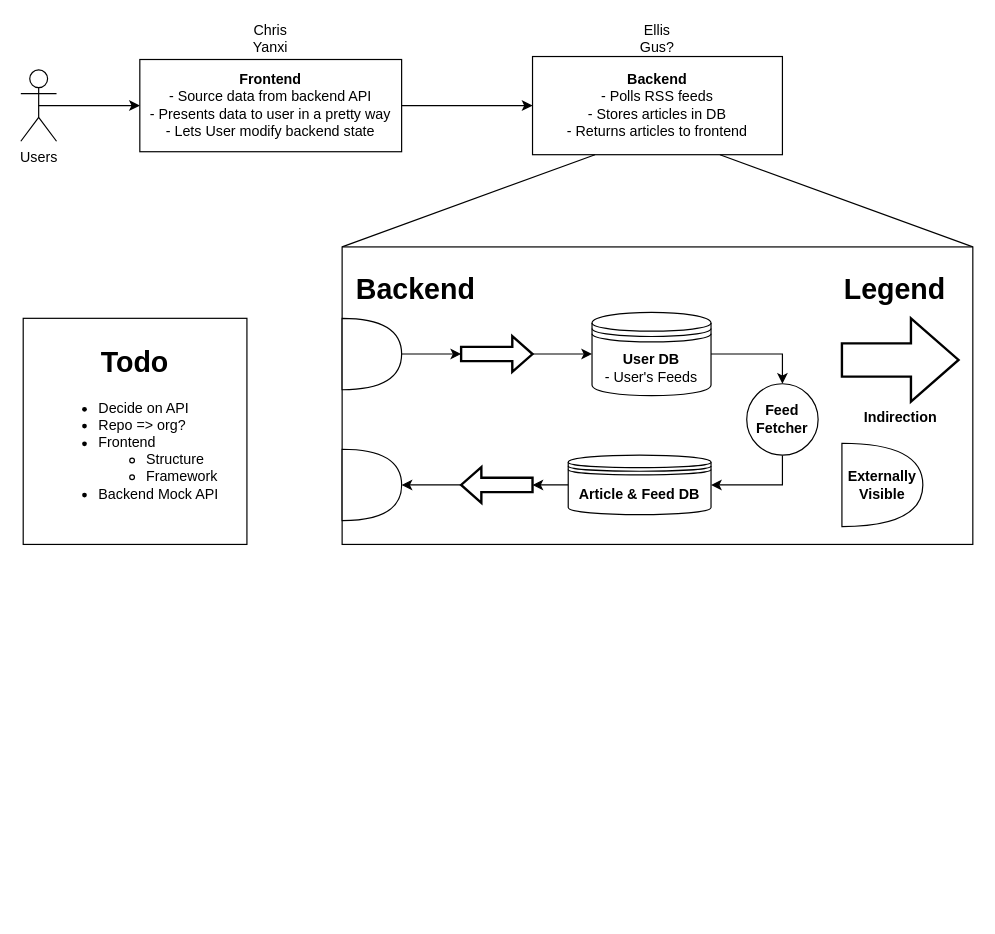
The draw.io diagram diagram.drawio in Spoonbaker/csc468-project, before the edit. Source tidied: cells renumbered, new cells numbered last; positions are measured from the earlier drawing's top-left corner, leaving out a move shared by most shapes. Both pictures are drawn from the tidied source at 119%, with x=0, y=0 at pixel (20, 20).
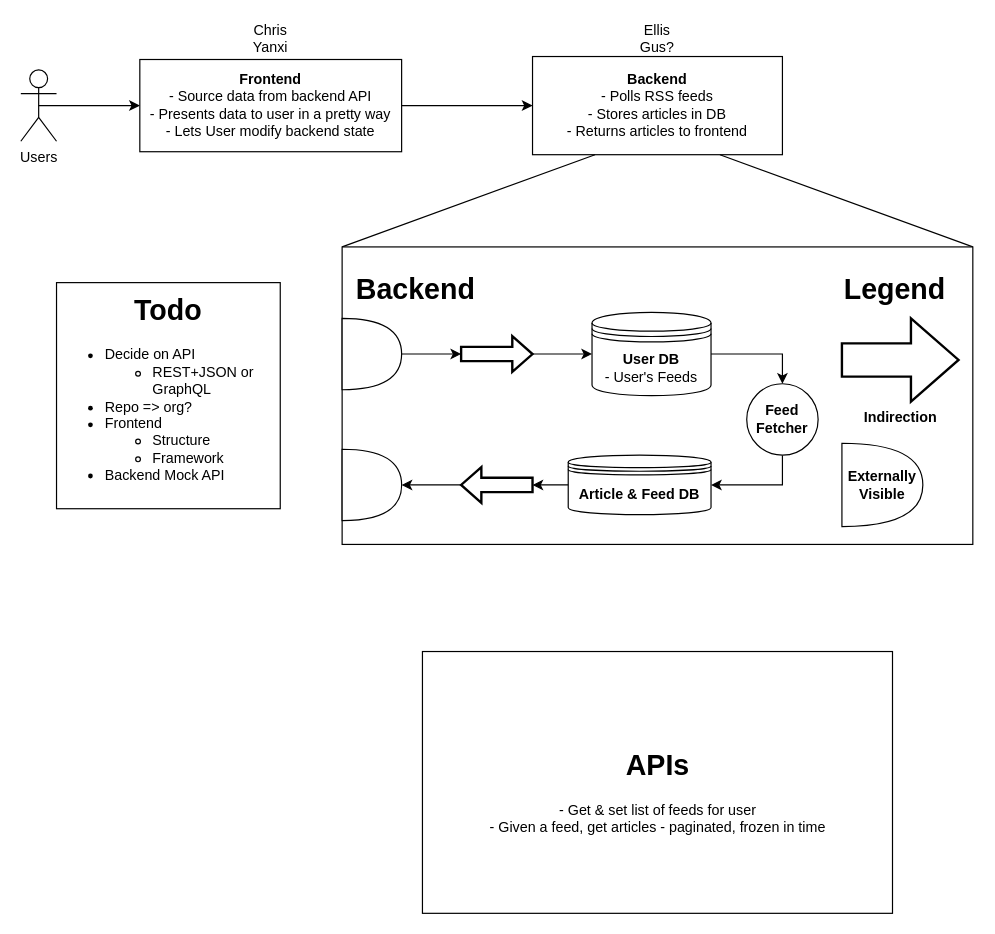
Above is the later version.

The edit, as a diff of the source:
```diff
@@
-    <mxCell id="30" value="&lt;h1 style=&quot;margin-top: 0px;&quot;&gt;&lt;font style=&quot;font-size: 24px;&quot;&gt;&lt;b&gt;Todo&lt;/b&gt;&lt;/font&gt;&lt;/h1&gt;&lt;div align=&quot;left&quot;&gt;&lt;ul&gt;&lt;li&gt;Decide on API&lt;/li&gt;&lt;li&gt;Repo =&amp;gt; org?&lt;/li&gt;&lt;li&gt;Frontend&lt;/li&gt;&lt;ul&gt;&lt;li&gt;Structure&lt;/li&gt;&lt;li&gt;Framework&lt;/li&gt;&lt;/ul&gt;&lt;li&gt;Backend Mock API&lt;br&gt;&lt;/li&gt;&lt;/ul&gt;&lt;/div&gt;" style="rounded=0;whiteSpace=wrap;html=1;" parent="1" vertex="1">
-      <mxGeometry x="2" y="250" width="188" height="190" as="geometry" />
+    <mxCell id="30" value="&lt;h1 style=&quot;margin-top: 0px;&quot;&gt;&lt;font style=&quot;font-size: 24px;&quot;&gt;&lt;b&gt;Todo&lt;/b&gt;&lt;/font&gt;&lt;/h1&gt;&lt;div align=&quot;left&quot;&gt;&lt;ul&gt;&lt;li&gt;Decide on API&lt;/li&gt;&lt;ul&gt;&lt;li&gt;REST+JSON or GraphQL&lt;br&gt;&lt;/li&gt;&lt;/ul&gt;&lt;li&gt;Repo =&amp;gt; org?&lt;/li&gt;&lt;li&gt;Frontend&lt;/li&gt;&lt;ul&gt;&lt;li&gt;Structure&lt;/li&gt;&lt;li&gt;Framework&lt;/li&gt;&lt;/ul&gt;&lt;li&gt;Backend Mock API&lt;br&gt;&lt;/li&gt;&lt;/ul&gt;&lt;/div&gt;" style="rounded=0;whiteSpace=wrap;html=1;" parent="1" vertex="1">
+      <mxGeometry x="30" y="220" width="188" height="190" as="geometry" />
     </mxCell>
+    <mxCell id="31" value="&lt;h1&gt;APIs&lt;/h1&gt;&lt;div&gt;- Get &amp;amp; set list of feeds for user&lt;/div&gt;&lt;div&gt;- Given a feed, get articles - paginated, frozen in time&lt;br&gt;&lt;/div&gt;" style="rounded=0;whiteSpace=wrap;html=1;" parent="1" vertex="1">
+      <mxGeometry x="337.5" y="530" width="395" height="220" as="geometry" />
+    </mxCell>
```
